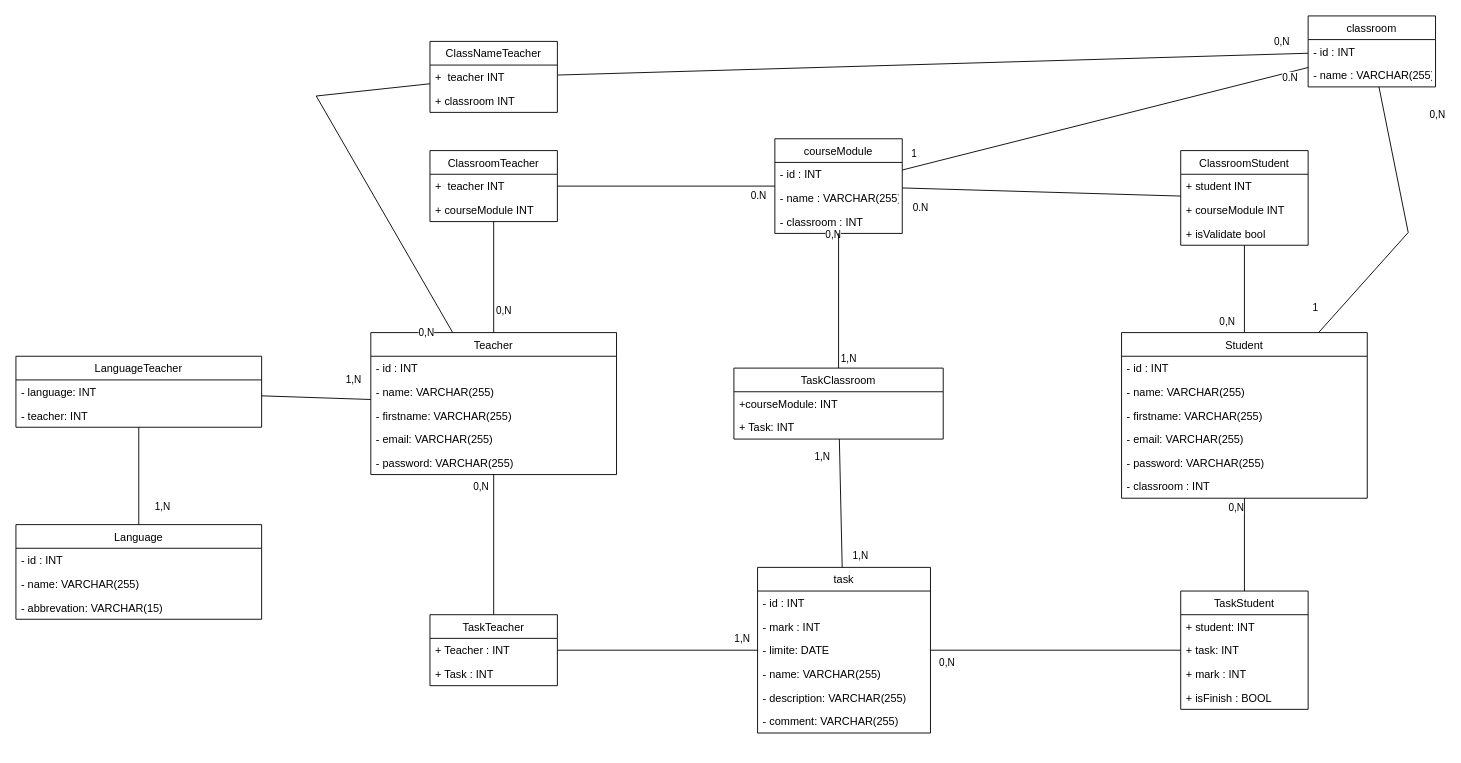
Before: tp/diagramDatabase.drawio in Daniere-Mathieu/D6-POO, a draw.io diagram. Source tidied: cells renumbered, new cells numbered last; positions are measured from the earlier drawing's top-left corner, leaving out a move shared by most shapes. Both pictures are drawn from the tidied source at 91%, with x=0, y=0 at pixel (15, 15).
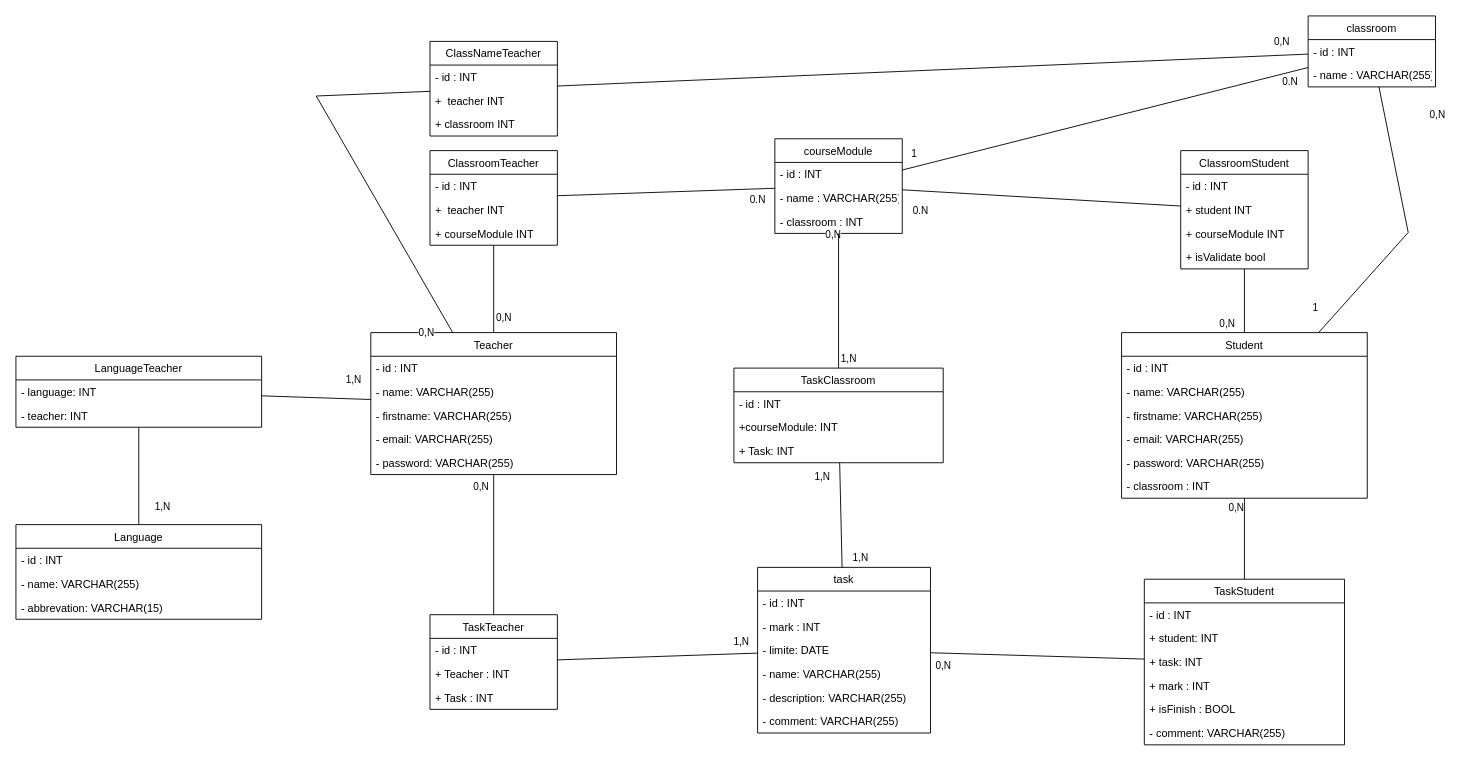
The same page after the edit.

The edit, as a diff of the source:
```diff
@@
     <mxCell id="21" value="ClassroomStudent" style="swimlane;fontStyle=0;horizontal=1;startSize=26;fillColor=none;" parent="1" vertex="1">
-      <mxGeometry x="1280" y="148" width="140" height="104" as="geometry" />
+      <mxGeometry x="1280" y="148" width="140" height="130" as="geometry" />
     </mxCell>
+    <mxCell id="94" value="- id : INT" style="text;strokeColor=none;fillColor=none;align=left;verticalAlign=top;spacingLeft=4;spacingRight=4;overflow=hidden;" parent="21" vertex="1">
+      <mxGeometry y="26" width="140" height="26" as="geometry" />
+    </mxCell>
     <mxCell id="22" value="+ student INT" style="text;strokeColor=none;fillColor=none;align=left;verticalAlign=top;spacingLeft=4;spacingRight=4;overflow=hidden;" parent="21" vertex="1">
-      <mxGeometry y="26" width="140" height="26" as="geometry" />
+      <mxGeometry y="52" width="140" height="26" as="geometry" />
     </mxCell>
     <mxCell id="23" value="+ courseModule INT" style="text;strokeColor=none;fillColor=none;align=left;verticalAlign=top;spacingLeft=4;spacingRight=4;overflow=hidden;" parent="21" vertex="1">
-      <mxGeometry y="52" width="140" height="26" as="geometry" />
+      <mxGeometry y="78" width="140" height="26" as="geometry" />
     </mxCell>
     <mxCell id="24" value="+ isValidate bool" style="text;strokeColor=none;fillColor=none;align=left;verticalAlign=top;spacingLeft=4;spacingRight=4;overflow=hidden;" parent="21" vertex="1">
-      <mxGeometry y="78" width="140" height="26" as="geometry" />
+      <mxGeometry y="104" width="140" height="26" as="geometry" />
     </mxCell>
     <mxCell id="25" value="ClassroomTeacher" style="swimlane;fontStyle=0;horizontal=1;startSize=26;fillColor=none;" parent="1" vertex="1">
-      <mxGeometry x="455" y="148" width="140" height="78" as="geometry" />
+      <mxGeometry x="455" y="148" width="140" height="104" as="geometry" />
     </mxCell>
+    <mxCell id="95" value="- id : INT" style="text;strokeColor=none;fillColor=none;align=left;verticalAlign=top;spacingLeft=4;spacingRight=4;overflow=hidden;" parent="25" vertex="1">
+      <mxGeometry y="26" width="140" height="26" as="geometry" />
+    </mxCell>
     <mxCell id="26" value="+  teacher INT" style="text;strokeColor=none;fillColor=none;align=left;verticalAlign=top;spacingLeft=4;spacingRight=4;overflow=hidden;" parent="25" vertex="1">
-      <mxGeometry y="26" width="140" height="26" as="geometry" />
+      <mxGeometry y="52" width="140" height="26" as="geometry" />
     </mxCell>
     <mxCell id="27" value="+ courseModule INT" style="text;strokeColor=none;fillColor=none;align=left;verticalAlign=top;spacingLeft=4;spacingRight=4;overflow=hidden;" parent="25" vertex="1">
-      <mxGeometry y="52" width="140" height="26" as="geometry" />
+      <mxGeometry y="78" width="140" height="26" as="geometry" />
     </mxCell>
@@
     <mxCell id="43" value="TaskStudent" style="swimlane;fontStyle=0;horizontal=1;startSize=26;fillColor=none;" parent="1" vertex="1">
-      <mxGeometry x="1280" y="632" width="140" height="130" as="geometry" />
+      <mxGeometry x="1240" y="619" width="220" height="182" as="geometry" />
     </mxCell>
+    <mxCell id="96" value="- id : INT" style="text;strokeColor=none;fillColor=none;align=left;verticalAlign=top;spacingLeft=4;spacingRight=4;overflow=hidden;" parent="43" vertex="1">
+      <mxGeometry y="26" width="220" height="26" as="geometry" />
+    </mxCell>
     <mxCell id="44" value="+ student: INT" style="text;strokeColor=none;fillColor=none;align=left;verticalAlign=top;spacingLeft=4;spacingRight=4;overflow=hidden;" parent="43" vertex="1">
-      <mxGeometry y="26" width="140" height="26" as="geometry" />
+      <mxGeometry y="52" width="220" height="26" as="geometry" />
     </mxCell>
     <mxCell id="45" value="+ task: INT " style="text;strokeColor=none;fillColor=none;align=left;verticalAlign=top;spacingLeft=4;spacingRight=4;overflow=hidden;" parent="43" vertex="1">
-      <mxGeometry y="52" width="140" height="26" as="geometry" />
+      <mxGeometry y="78" width="220" height="26" as="geometry" />
     </mxCell>
     <mxCell id="46" value="+ mark : INT" style="text;strokeColor=none;fillColor=none;align=left;verticalAlign=top;spacingLeft=4;spacingRight=4;overflow=hidden;" parent="43" vertex="1">
-      <mxGeometry y="78" width="140" height="26" as="geometry" />
+      <mxGeometry y="104" width="220" height="26" as="geometry" />
     </mxCell>
     <mxCell id="47" value="+ isFinish : BOOL" style="text;strokeColor=none;fillColor=none;align=left;verticalAlign=top;spacingLeft=4;spacingRight=4;overflow=hidden;" parent="43" vertex="1">
-      <mxGeometry y="104" width="140" height="26" as="geometry" />
+      <mxGeometry y="130" width="220" height="26" as="geometry" />
     </mxCell>
+    <mxCell id="97" value="- comment: VARCHAR(255)" style="text;strokeColor=none;fillColor=none;align=left;verticalAlign=top;spacingLeft=4;spacingRight=4;overflow=hidden;" parent="43" vertex="1">
+      <mxGeometry y="156" width="220" height="26" as="geometry" />
+    </mxCell>
@@
     <mxCell id="52" value="TaskTeacher" style="swimlane;fontStyle=0;horizontal=1;startSize=26;fillColor=none;" parent="1" vertex="1">
-      <mxGeometry x="455" y="658" width="140" height="78" as="geometry" />
+      <mxGeometry x="455" y="658" width="140" height="104" as="geometry" />
     </mxCell>
+    <mxCell id="98" value="- id : INT" style="text;strokeColor=none;fillColor=none;align=left;verticalAlign=top;spacingLeft=4;spacingRight=4;overflow=hidden;" parent="52" vertex="1">
+      <mxGeometry y="26" width="140" height="26" as="geometry" />
+    </mxCell>
     <mxCell id="53" value="+ Teacher : INT" style="text;strokeColor=none;fillColor=none;align=left;verticalAlign=top;spacingLeft=4;spacingRight=4;overflow=hidden;" parent="52" vertex="1">
-      <mxGeometry y="26" width="140" height="26" as="geometry" />
+      <mxGeometry y="52" width="140" height="26" as="geometry" />
     </mxCell>
     <mxCell id="54" value="+ Task : INT" style="text;strokeColor=none;fillColor=none;align=left;verticalAlign=top;spacingLeft=4;spacingRight=4;overflow=hidden;" parent="52" vertex="1">
-      <mxGeometry y="52" width="140" height="26" as="geometry" />
+      <mxGeometry y="78" width="140" height="26" as="geometry" />
     </mxCell>
@@
     <mxCell id="59" value="TaskClassroom" style="swimlane;fontStyle=0;horizontal=1;startSize=26;fillColor=none;" parent="1" vertex="1">
-      <mxGeometry x="789" y="387" width="230" height="78" as="geometry" />
+      <mxGeometry x="789" y="387" width="230" height="104" as="geometry" />
     </mxCell>
+    <mxCell id="99" value="- id : INT" style="text;strokeColor=none;fillColor=none;align=left;verticalAlign=top;spacingLeft=4;spacingRight=4;overflow=hidden;" parent="59" vertex="1">
+      <mxGeometry y="26" width="230" height="26" as="geometry" />
+    </mxCell>
     <mxCell id="60" value="+courseModule: INT" style="text;strokeColor=none;fillColor=none;align=left;verticalAlign=top;spacingLeft=4;spacingRight=4;overflow=hidden;" parent="59" vertex="1">
-      <mxGeometry y="26" width="230" height="26" as="geometry" />
+      <mxGeometry y="52" width="230" height="26" as="geometry" />
     </mxCell>
     <mxCell id="61" value="+ Task: INT" style="text;strokeColor=none;fillColor=none;align=left;verticalAlign=top;spacingLeft=4;spacingRight=4;overflow=hidden;" parent="59" vertex="1">
-      <mxGeometry y="52" width="230" height="26" as="geometry" />
+      <mxGeometry y="78" width="230" height="26" as="geometry" />
     </mxCell>
@@
     <mxCell id="87" value="ClassNameTeacher" style="swimlane;fontStyle=0;horizontal=1;startSize=26;fillColor=none;" parent="1" vertex="1">
-      <mxGeometry x="455" y="28" width="140" height="78" as="geometry" />
+      <mxGeometry x="455" y="28" width="140" height="104" as="geometry" />
     </mxCell>
+    <mxCell id="100" value="- id : INT" style="text;strokeColor=none;fillColor=none;align=left;verticalAlign=top;spacingLeft=4;spacingRight=4;overflow=hidden;" parent="87" vertex="1">
+      <mxGeometry y="26" width="140" height="26" as="geometry" />
+    </mxCell>
     <mxCell id="88" value="+  teacher INT" style="text;strokeColor=none;fillColor=none;align=left;verticalAlign=top;spacingLeft=4;spacingRight=4;overflow=hidden;" parent="87" vertex="1">
-      <mxGeometry y="26" width="140" height="26" as="geometry" />
+      <mxGeometry y="52" width="140" height="26" as="geometry" />
     </mxCell>
     <mxCell id="89" value="+ classroom INT" style="text;strokeColor=none;fillColor=none;align=left;verticalAlign=top;spacingLeft=4;spacingRight=4;overflow=hidden;" parent="87" vertex="1">
-      <mxGeometry y="52" width="140" height="26" as="geometry" />
+      <mxGeometry y="78" width="140" height="26" as="geometry" />
     </mxCell>
```
